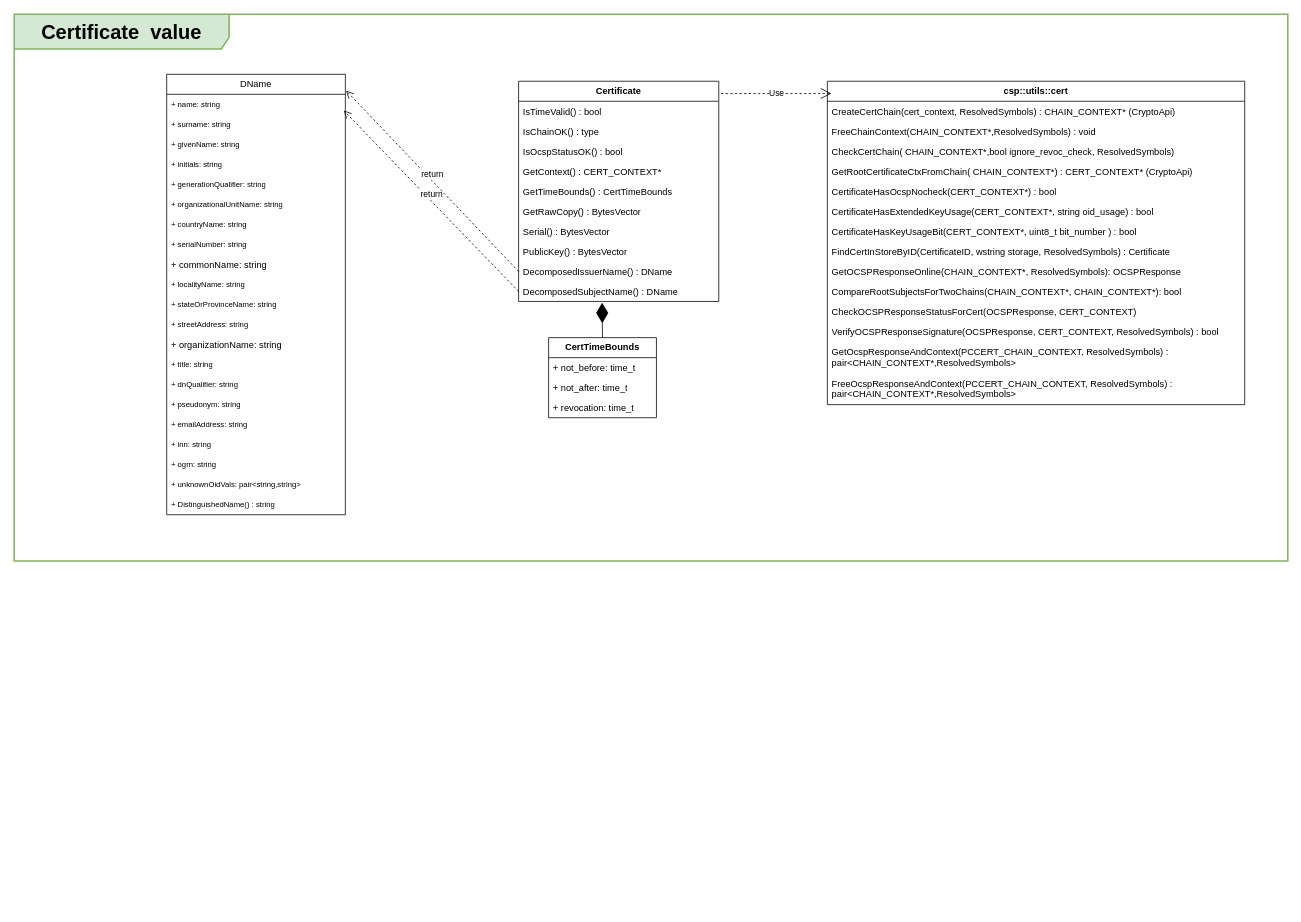
The draw.io diagram page "Certifiate Value" (5 of 10) of basic_struct_draft.drawio in 3036662/pdf_scp, before the edit. Source tidied: cells renumbered, new cells numbered last; positions are measured from the earlier drawing's top-left corner, leaving out a move shared by most shapes. Both pictures are drawn from the tidied source at 77%, with x=0, y=0 at pixel (14, 14).
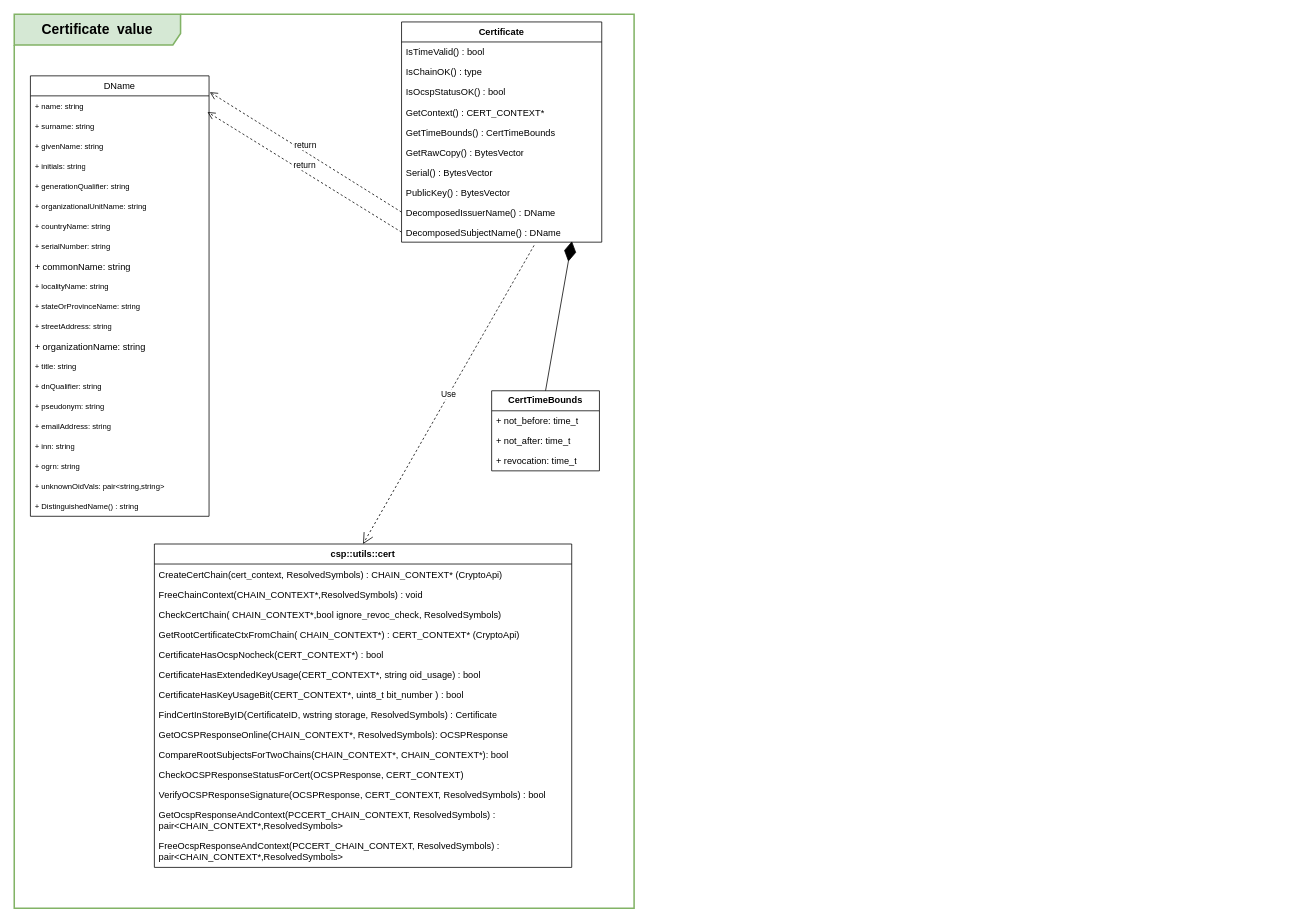
After the change.

Commit message:
Scale Certificate value diagramm to A4

The change refers to these unchanged cells:
```xml
<mxCell id="28" value="DecomposedSubjectName() : DName" style="text;strokeColor=none;fillColor=none;align=left;verticalAlign=top;spacingLeft=4;spacingRight=4;overflow=hidden;points=[[0,0.5],[1,0.5]];portConstraint=eastwest;whiteSpace=wrap;html=1;" parent="18" vertex="1">
  <mxGeometry y="260" width="260" height="26" as="geometry" />
</mxCell>
```

Diff of the diagram source:
```diff
@@
-    <mxCell id="2" value="&lt;b&gt;&lt;font style=&quot;font-size: 26px;&quot;&gt;Certificate&amp;nbsp; value&lt;/font&gt;&lt;/b&gt;" style="shape=umlFrame;whiteSpace=wrap;html=1;width=279;height=45;strokeWidth=2;fillColor=#d5e8d4;strokeColor=#82b366;" parent="1" vertex="1">
-      <mxGeometry width="1654" height="710" as="geometry" />
+    <mxCell id="2" value="&lt;font size=&quot;1&quot;&gt;&lt;b&gt;&lt;font style=&quot;font-size: 18px;&quot;&gt;Certificate&amp;nbsp; value&lt;/font&gt;&lt;/b&gt;&lt;/font&gt;" style="shape=umlFrame;whiteSpace=wrap;html=1;width=216;height=40;strokeWidth=2;fillColor=#d5e8d4;strokeColor=#82b366;" parent="1" vertex="1">
+      <mxGeometry width="805" height="1161" as="geometry" />
     </mxCell>
     <mxCell id="3" value="&lt;b&gt;csp::utils::cert&lt;/b&gt;" style="swimlane;fontStyle=0;horizontal=1;startSize=26;fillColor=none;whiteSpace=wrap;html=1;" parent="2" vertex="1">
-      <mxGeometry x="1056" y="87" width="542" height="420" as="geometry" />
+      <mxGeometry x="182" y="688" width="542" height="420" as="geometry" />
     </mxCell>
@@
     <mxCell id="18" value="&lt;b&gt;Certificate&lt;/b&gt;" style="swimlane;fontStyle=0;horizontal=1;startSize=26;fillColor=none;whiteSpace=wrap;html=1;" parent="2" vertex="1">
-      <mxGeometry x="655" y="87" width="260" height="286" as="geometry" />
+      <mxGeometry x="503" y="10" width="260" height="286" as="geometry" />
     </mxCell>
@@
-    <mxCell id="29" style="endArrow=diamondThin;endFill=1;endSize=24;html=1;rounded=0;exitX=0.5;exitY=0;exitDx=0;exitDy=0;entryX=0.417;entryY=1.059;entryDx=0;entryDy=0;entryPerimeter=0;" parent="2" edge="1" source="30" target="28">
+    <mxCell id="29" style="endArrow=diamondThin;endFill=1;endSize=24;html=1;rounded=0;exitX=0.5;exitY=0;exitDx=0;exitDy=0;entryX=0.851;entryY=0.951;entryDx=0;entryDy=0;entryPerimeter=0;" parent="2" edge="1" source="30" target="28">
       <mxGeometry relative="1" as="geometry" />
     </mxCell>
     <mxCell id="30" value="&lt;b&gt;CertTimeBounds&lt;/b&gt;" style="swimlane;fontStyle=0;horizontal=1;startSize=26;fillColor=none;whiteSpace=wrap;html=1;" parent="2" vertex="1">
-      <mxGeometry x="694" y="420" width="140" height="104" as="geometry" />
+      <mxGeometry x="620" y="489" width="140" height="104" as="geometry" />
     </mxCell>
@@
     <mxCell id="34" value="DName" style="swimlane;fontStyle=0;horizontal=1;startSize=26;fillColor=none;whiteSpace=wrap;html=1;" parent="2" vertex="1">
-      <mxGeometry x="198" y="78" width="232" height="572" as="geometry" />
+      <mxGeometry x="21" y="80" width="232" height="572" as="geometry" />
     </mxCell>
@@
-    <mxCell id="58" value="Use" style="endArrow=open;endSize=12;dashed=1;html=1;rounded=0;entryX=0.01;entryY=0.038;entryDx=0;entryDy=0;entryPerimeter=0;exitX=1.011;exitY=0.056;exitDx=0;exitDy=0;exitPerimeter=0;" parent="2" edge="1" source="18" target="3">
+    <mxCell id="58" value="Use" style="endArrow=open;endSize=12;dashed=1;html=1;rounded=0;entryX=0.5;entryY=0;entryDx=0;entryDy=0;exitX=0.662;exitY=1.161;exitDx=0;exitDy=0;exitPerimeter=0;" parent="2" edge="1" source="28" target="3">
       <mxGeometry relative="1" as="geometry" />
     </mxCell>
```
